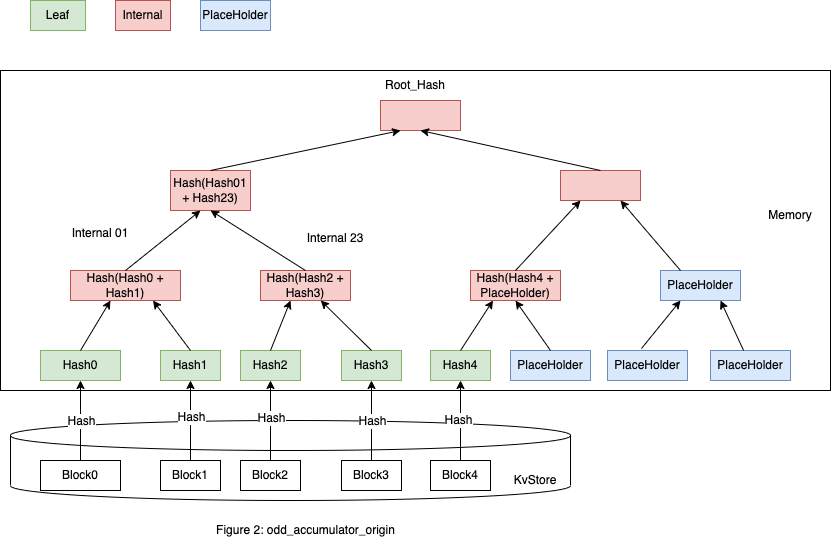
This is static/img/accumulator/odd_accumulator_origin.png from starcoinorg/starcoin-cookbook, a draw.io export, as it was before one commit. Source tidied: cells renumbered, new cells last; positions are measured from the earlier drawing's top-left corner, leaving out a move shared by most shapes. The source it was exported from:
```xml
<mxGraphModel>
  <root>
    <mxCell id="0" />
    <mxCell id="1" parent="0" />
    <mxCell id="2" style="shape=cylinder3;whiteSpace=wrap;html=1;boundedLbl=1;backgroundOutline=1;size=15;rounded=0;fontFamily=Helvetica;fontSize=12;fontColor=default;strokeColor=#000000;fillColor=default;" parent="1" vertex="1">
      <mxGeometry x="10" y="420" width="560" height="80" as="geometry" />
    </mxCell>
    <mxCell id="3" style="rounded=0;whiteSpace=wrap;html=1;" parent="1" vertex="1">
      <mxGeometry y="70" width="830" height="320" as="geometry" />
    </mxCell>
    <mxCell id="4" value="Hash0" style="rounded=0;whiteSpace=wrap;html=1;fillColor=#d5e8d4;strokeColor=#82b366;" parent="1" vertex="1">
      <mxGeometry x="40" y="350" width="80" height="30" as="geometry" />
    </mxCell>
    <mxCell id="5" value="Hash1" style="rounded=0;whiteSpace=wrap;html=1;fillColor=#d5e8d4;strokeColor=#82b366;" parent="1" vertex="1">
      <mxGeometry x="160" y="350" width="60" height="30" as="geometry" />
    </mxCell>
    <mxCell id="6" value="Hash(Hash0 + Hash1)" style="rounded=0;whiteSpace=wrap;html=1;fillColor=#f8cecc;strokeColor=#b85450;" parent="1" vertex="1">
      <mxGeometry x="70" y="270" width="110" height="30" as="geometry" />
    </mxCell>
    <mxCell id="7" value="Hash2" style="rounded=0;whiteSpace=wrap;html=1;fillColor=#d5e8d4;strokeColor=#82b366;" parent="1" vertex="1">
      <mxGeometry x="240" y="350" width="60" height="30" as="geometry" />
    </mxCell>
    <mxCell id="8" value="Hash3" style="rounded=0;whiteSpace=wrap;html=1;fillColor=#d5e8d4;strokeColor=#82b366;" parent="1" vertex="1">
      <mxGeometry x="341" y="350" width="60" height="30" as="geometry" />
    </mxCell>
    <mxCell id="9" value="Hash(Hash2 + Hash3)" style="rounded=0;whiteSpace=wrap;html=1;fillColor=#f8cecc;strokeColor=#b85450;" parent="1" vertex="1">
      <mxGeometry x="260" y="270" width="90" height="30" as="geometry" />
    </mxCell>
    <mxCell id="10" style="endArrow=classic;html=1;rounded=0;exitX=0.5;exitY=0;exitDx=0;exitDy=0;" parent="1" edge="1" source="4">
      <mxGeometry relative="1" as="geometry">
        <mxPoint x="110" y="300" as="targetPoint" />
      </mxGeometry>
    </mxCell>
    <mxCell id="11" style="endArrow=classic;html=1;rounded=0;exitX=0.5;exitY=0;exitDx=0;exitDy=0;entryX=0.75;entryY=1;entryDx=0;entryDy=0;" parent="1" edge="1" source="5" target="6">
      <mxGeometry relative="1" as="geometry" />
    </mxCell>
    <mxCell id="12" style="endArrow=classic;html=1;rounded=0;exitX=0.5;exitY=0;exitDx=0;exitDy=0;" parent="1" edge="1" source="7">
      <mxGeometry relative="1" as="geometry">
        <mxPoint x="290" y="300" as="targetPoint" />
      </mxGeometry>
    </mxCell>
    <mxCell id="13" style="endArrow=classic;html=1;rounded=0;exitX=0.5;exitY=0;exitDx=0;exitDy=0;" parent="1" edge="1" source="8" target="9">
      <mxGeometry relative="1" as="geometry" />
    </mxCell>
    <mxCell id="14" value="Hash(Hash01 + Hash23)" style="rounded=0;whiteSpace=wrap;html=1;fillColor=#f8cecc;strokeColor=#b85450;" parent="1" vertex="1">
      <mxGeometry x="170" y="170" width="80" height="40" as="geometry" />
    </mxCell>
    <mxCell id="15" style="endArrow=classic;html=1;rounded=0;exitX=0.5;exitY=0;exitDx=0;exitDy=0;" parent="1" edge="1" source="6">
      <mxGeometry relative="1" as="geometry">
        <mxPoint x="200" y="210" as="targetPoint" />
      </mxGeometry>
    </mxCell>
    <mxCell id="16" style="endArrow=classic;html=1;rounded=0;exitX=0.5;exitY=0;exitDx=0;exitDy=0;entryX=0.5;entryY=1;entryDx=0;entryDy=0;" parent="1" edge="1" source="9" target="14">
      <mxGeometry relative="1" as="geometry" />
    </mxCell>
    <mxCell id="17" value="Leaf" style="rounded=0;whiteSpace=wrap;html=1;fillColor=#d5e8d4;strokeColor=#82b366;" parent="1" vertex="1">
      <mxGeometry x="30" width="55" height="30" as="geometry" />
    </mxCell>
    <mxCell id="18" value="Internal" style="rounded=0;whiteSpace=wrap;html=1;fillColor=#f8cecc;strokeColor=#b85450;" parent="1" vertex="1">
      <mxGeometry x="115" width="55" height="30" as="geometry" />
    </mxCell>
    <mxCell id="19" value="Internal 23" style="text;html=1;strokeColor=none;fillColor=none;align=center;verticalAlign=middle;whiteSpace=wrap;rounded=0;dashed=1;fontFamily=Helvetica;fontSize=12;fontColor=default;" parent="1" vertex="1">
      <mxGeometry x="300" y="222.5" width="70" height="30" as="geometry" />
    </mxCell>
    <mxCell id="20" value="Internal 01" style="text;html=1;strokeColor=none;fillColor=none;align=center;verticalAlign=middle;whiteSpace=wrap;rounded=0;dashed=1;fontFamily=Helvetica;fontSize=12;fontColor=default;" parent="1" vertex="1">
      <mxGeometry x="70" y="222.5" width="60" height="20" as="geometry" />
    </mxCell>
    <mxCell id="21" value="Hash4" style="rounded=0;whiteSpace=wrap;html=1;fillColor=#d5e8d4;strokeColor=#82b366;" parent="1" vertex="1">
      <mxGeometry x="430" y="350" width="60" height="30" as="geometry" />
    </mxCell>
    <mxCell id="22" value="PlaceHolder" style="rounded=0;whiteSpace=wrap;html=1;fillColor=#dae8fc;strokeColor=#6c8ebf;" parent="1" vertex="1">
      <mxGeometry x="510" y="350" width="80" height="30" as="geometry" />
    </mxCell>
    <mxCell id="23" value="Hash(Hash4 + PlaceHolder)" style="rounded=0;whiteSpace=wrap;html=1;fillColor=#f8cecc;strokeColor=#b85450;" parent="1" vertex="1">
      <mxGeometry x="470" y="270" width="90" height="30" as="geometry" />
    </mxCell>
    <mxCell id="24" style="endArrow=classic;html=1;rounded=0;fontFamily=Helvetica;fontSize=12;fontColor=default;exitX=0.5;exitY=0;exitDx=0;exitDy=0;entryX=0.25;entryY=1;entryDx=0;entryDy=0;" parent="1" edge="1" source="21" target="23">
      <mxGeometry relative="1" as="geometry" />
    </mxCell>
    <mxCell id="25" style="endArrow=classic;html=1;rounded=0;fontFamily=Helvetica;fontSize=12;fontColor=default;exitX=0.5;exitY=0;exitDx=0;exitDy=0;entryX=0.5;entryY=1;entryDx=0;entryDy=0;" parent="1" edge="1" source="22" target="23">
      <mxGeometry relative="1" as="geometry" />
    </mxCell>
    <mxCell id="26" value="PlaceHolder" style="rounded=0;whiteSpace=wrap;html=1;fillColor=#dae8fc;strokeColor=#6c8ebf;" parent="1" vertex="1">
      <mxGeometry x="607" y="350" width="80" height="30" as="geometry" />
    </mxCell>
    <mxCell id="27" value="PlaceHolder" style="rounded=0;whiteSpace=wrap;html=1;fillColor=#dae8fc;strokeColor=#6c8ebf;" parent="1" vertex="1">
      <mxGeometry x="710" y="350" width="80" height="30" as="geometry" />
    </mxCell>
    <mxCell id="28" value="PlaceHolder" style="rounded=0;whiteSpace=wrap;html=1;fillColor=#dae8fc;strokeColor=#6c8ebf;" parent="1" vertex="1">
      <mxGeometry x="660" y="270" width="80" height="30" as="geometry" />
    </mxCell>
    <mxCell id="29" style="rounded=0;whiteSpace=wrap;html=1;fillColor=#f8cecc;strokeColor=#b85450;" parent="1" vertex="1">
      <mxGeometry x="560" y="170" width="80" height="30" as="geometry" />
    </mxCell>
    <mxCell id="30" style="endArrow=classic;html=1;rounded=0;fontFamily=Helvetica;fontSize=12;fontColor=default;exitX=0.5;exitY=0;exitDx=0;exitDy=0;entryX=0.25;entryY=1;entryDx=0;entryDy=0;" parent="1" edge="1" source="23" target="29">
      <mxGeometry relative="1" as="geometry" />
    </mxCell>
    <mxCell id="31" style="endArrow=classic;html=1;rounded=0;fontFamily=Helvetica;fontSize=12;fontColor=default;exitX=0.25;exitY=0;exitDx=0;exitDy=0;entryX=0.75;entryY=1;entryDx=0;entryDy=0;" parent="1" edge="1" source="28" target="29">
      <mxGeometry relative="1" as="geometry" />
    </mxCell>
    <mxCell id="32" style="endArrow=classic;html=1;rounded=0;fontFamily=Helvetica;fontSize=12;fontColor=default;exitX=0.425;exitY=-0.067;exitDx=0;exitDy=0;exitPerimeter=0;entryX=0.25;entryY=1;entryDx=0;entryDy=0;" parent="1" edge="1" source="26" target="28">
      <mxGeometry relative="1" as="geometry" />
    </mxCell>
    <mxCell id="33" style="endArrow=classic;html=1;rounded=0;fontFamily=Helvetica;fontSize=12;fontColor=default;" parent="1" edge="1" source="27">
      <mxGeometry relative="1" as="geometry">
        <mxPoint x="720" y="300" as="targetPoint" />
      </mxGeometry>
    </mxCell>
    <mxCell id="34" style="rounded=0;whiteSpace=wrap;html=1;fillColor=#f8cecc;strokeColor=#b85450;" parent="1" vertex="1">
      <mxGeometry x="380" y="100" width="80" height="30" as="geometry" />
    </mxCell>
    <mxCell id="35" style="endArrow=classic;html=1;rounded=0;fontFamily=Helvetica;fontSize=12;fontColor=default;exitX=0.5;exitY=0;exitDx=0;exitDy=0;entryX=0.25;entryY=1;entryDx=0;entryDy=0;" parent="1" edge="1" source="14" target="34">
      <mxGeometry relative="1" as="geometry" />
    </mxCell>
    <mxCell id="36" style="endArrow=classic;html=1;rounded=0;fontFamily=Helvetica;fontSize=12;fontColor=default;entryX=0.5;entryY=1;entryDx=0;entryDy=0;" parent="1" edge="1" target="34">
      <mxGeometry relative="1" as="geometry">
        <mxPoint x="600" y="170" as="sourcePoint" />
      </mxGeometry>
    </mxCell>
    <mxCell id="37" value="PlaceHolder" style="rounded=0;whiteSpace=wrap;html=1;fillColor=#dae8fc;strokeColor=#6c8ebf;" parent="1" vertex="1">
      <mxGeometry x="200" width="70" height="30" as="geometry" />
    </mxCell>
    <mxCell id="38" value="Figure 2: odd_accumulator_origin" style="text;html=1;strokeColor=none;fillColor=none;align=center;verticalAlign=middle;whiteSpace=wrap;rounded=0;dashed=1;fontFamily=Helvetica;fontSize=12;fontColor=default;" parent="1" vertex="1">
      <mxGeometry x="203.8" y="515" width="202.5" height="30" as="geometry" />
    </mxCell>
    <mxCell id="39" value="Root_Hash" style="text;html=1;strokeColor=none;fillColor=none;align=center;verticalAlign=middle;whiteSpace=wrap;rounded=0;dashed=1;fontFamily=Helvetica;fontSize=12;fontColor=default;" parent="1" vertex="1">
      <mxGeometry x="385" y="70" width="60" height="30" as="geometry" />
    </mxCell>
    <mxCell id="40" style="edgeStyle=none;rounded=0;jettySize=auto;html=1;fontFamily=Helvetica;fontSize=12;fontColor=default;" parent="1" edge="1" source="42" target="4">
      <mxGeometry relative="1" as="geometry" />
    </mxCell>
    <mxCell id="41" value="Hash" style="edgeLabel;html=1;align=center;verticalAlign=middle;fontSize=12;fontFamily=Helvetica;fontColor=default;" parent="40" vertex="1">
      <mxGeometry x="0.37" y="1" relative="1" as="geometry">
        <mxPoint x="1" y="15" as="offset" />
      </mxGeometry>
    </mxCell>
    <mxCell id="42" value="Block0" style="rounded=0;whiteSpace=wrap;html=1;" parent="1" vertex="1">
      <mxGeometry x="40" y="460" width="80" height="30" as="geometry" />
    </mxCell>
    <mxCell id="43" style="edgeStyle=none;rounded=0;jettySize=auto;html=1;fontFamily=Helvetica;fontSize=12;fontColor=default;" parent="1" edge="1" source="45" target="5">
      <mxGeometry relative="1" as="geometry" />
    </mxCell>
    <mxCell id="44" value="Hash" style="edgeLabel;html=1;align=center;verticalAlign=middle;fontSize=12;fontFamily=Helvetica;fontColor=default;" parent="43" vertex="1">
      <mxGeometry x="0.37" y="1" relative="1" as="geometry">
        <mxPoint x="1" y="11" as="offset" />
      </mxGeometry>
    </mxCell>
    <mxCell id="45" value="Block1" style="rounded=0;whiteSpace=wrap;html=1;" parent="1" vertex="1">
      <mxGeometry x="160" y="460" width="60" height="30" as="geometry" />
    </mxCell>
    <mxCell id="46" style="edgeStyle=none;rounded=0;jettySize=auto;html=1;fontFamily=Helvetica;fontSize=12;fontColor=default;" parent="1" edge="1" source="48" target="7">
      <mxGeometry relative="1" as="geometry" />
    </mxCell>
    <mxCell id="47" value="Hash" style="edgeLabel;html=1;align=center;verticalAlign=middle;fontSize=12;fontFamily=Helvetica;fontColor=default;" parent="46" vertex="1">
      <mxGeometry x="0.33" y="1" relative="1" as="geometry">
        <mxPoint x="1" y="10" as="offset" />
      </mxGeometry>
    </mxCell>
    <mxCell id="48" value="Block2" style="rounded=0;whiteSpace=wrap;html=1;" parent="1" vertex="1">
      <mxGeometry x="240" y="460" width="60" height="30" as="geometry" />
    </mxCell>
    <mxCell id="49" style="edgeStyle=none;rounded=0;jettySize=auto;html=1;fontFamily=Helvetica;fontSize=12;fontColor=default;" parent="1" edge="1" source="51" target="8">
      <mxGeometry relative="1" as="geometry" />
    </mxCell>
    <mxCell id="50" value="Hash" style="edgeLabel;html=1;align=center;verticalAlign=middle;fontSize=12;fontFamily=Helvetica;fontColor=default;" parent="49" vertex="1">
      <mxGeometry x="-0.2" y="1" relative="1" as="geometry">
        <mxPoint x="1" y="-8" as="offset" />
      </mxGeometry>
    </mxCell>
    <mxCell id="51" value="Block3" style="rounded=0;whiteSpace=wrap;html=1;" parent="1" vertex="1">
      <mxGeometry x="341" y="460" width="60" height="30" as="geometry" />
    </mxCell>
    <mxCell id="52" style="edgeStyle=none;rounded=0;jettySize=auto;html=1;fontFamily=Helvetica;fontSize=12;fontColor=default;" parent="1" edge="1" source="54" target="21">
      <mxGeometry relative="1" as="geometry" />
    </mxCell>
    <mxCell id="53" value="Hash" style="edgeLabel;html=1;align=center;verticalAlign=middle;fontSize=12;fontFamily=Helvetica;fontColor=default;" parent="52" vertex="1">
      <mxGeometry x="0.03" y="3" relative="1" as="geometry" />
    </mxCell>
    <mxCell id="54" value="Block4" style="rounded=0;whiteSpace=wrap;html=1;" parent="1" vertex="1">
      <mxGeometry x="430" y="460" width="60" height="30" as="geometry" />
    </mxCell>
    <mxCell id="55" value="Memory" style="text;html=1;strokeColor=none;fillColor=none;align=center;verticalAlign=middle;whiteSpace=wrap;rounded=0;fontFamily=Helvetica;fontSize=12;fontColor=default;" parent="1" vertex="1">
      <mxGeometry x="760" y="200" width="60" height="30" as="geometry" />
    </mxCell>
    <mxCell id="56" value="KvStore" style="text;html=1;strokeColor=none;fillColor=none;align=center;verticalAlign=middle;whiteSpace=wrap;rounded=0;fontFamily=Helvetica;fontSize=12;fontColor=default;" parent="1" vertex="1">
      <mxGeometry x="490" y="465" width="90" height="30" as="geometry" />
    </mxCell>
  </root>
</mxGraphModel>
```
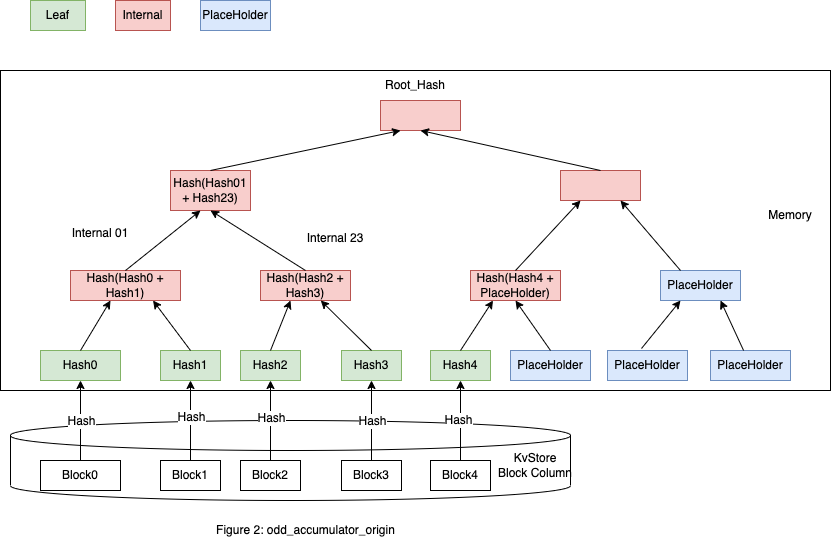
Later version of the same file.

Change to the diagram source:
```diff
@@ -182,8 +182,8 @@
     <mxCell id="55" value="Memory" style="text;html=1;strokeColor=none;fillColor=none;align=center;verticalAlign=middle;whiteSpace=wrap;rounded=0;fontFamily=Helvetica;fontSize=12;fontColor=default;" parent="1" vertex="1">
       <mxGeometry x="760" y="200" width="60" height="30" as="geometry" />
     </mxCell>
-    <mxCell id="56" value="KvStore" style="text;html=1;strokeColor=none;fillColor=none;align=center;verticalAlign=middle;whiteSpace=wrap;rounded=0;fontFamily=Helvetica;fontSize=12;fontColor=default;" parent="1" vertex="1">
-      <mxGeometry x="490" y="465" width="90" height="30" as="geometry" />
+    <mxCell id="56" value="KvStore&lt;br&gt;Block Column" style="text;html=1;strokeColor=none;fillColor=none;align=center;verticalAlign=middle;whiteSpace=wrap;rounded=0;fontFamily=Helvetica;fontSize=12;fontColor=default;" parent="1" vertex="1">
+      <mxGeometry x="490" y="450" width="90" height="30" as="geometry" />
     </mxCell>
   </root>
 </mxGraphModel>
```
